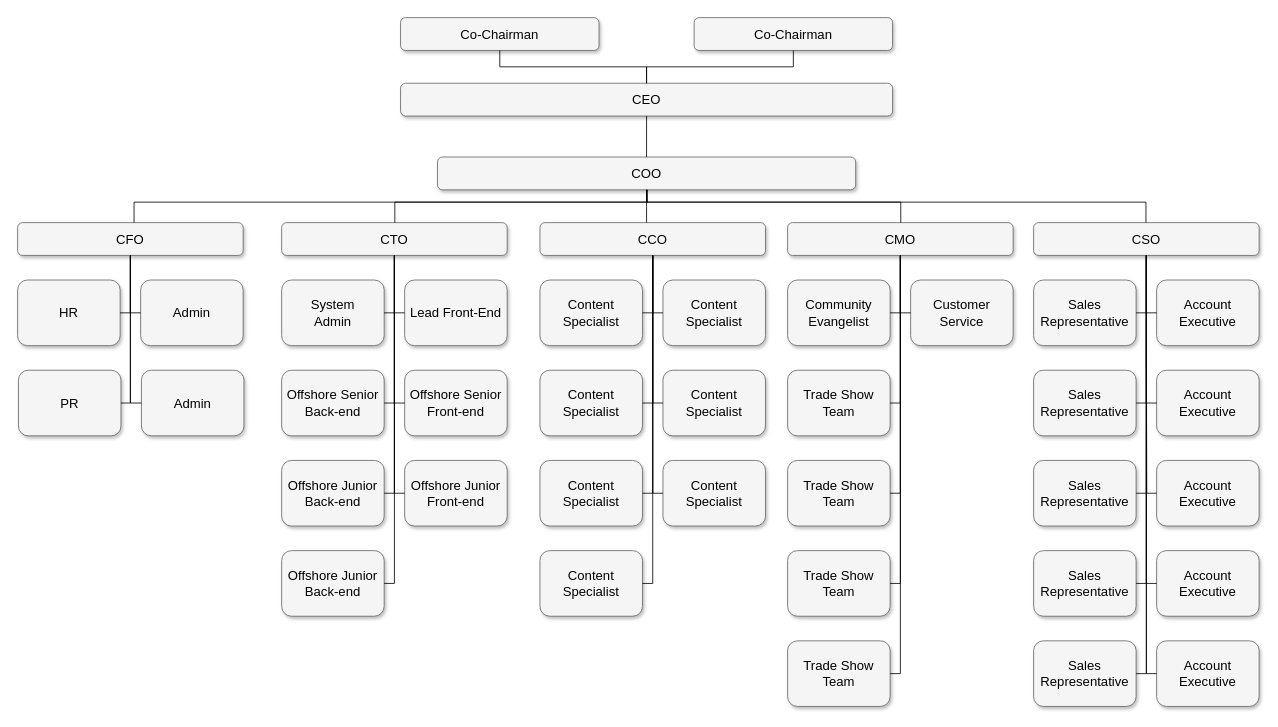
Earlier version of the draw.io diagram Untitled Diagram.drawio (SupinZan/FirstStore). Source tidied: cells renumbered, new cells numbered last; positions are measured from the earlier drawing's top-left corner, leaving out a move shared by most shapes. Both pictures are drawn from the tidied source at 82%, with x=0, y=0 at pixel (17, 17).
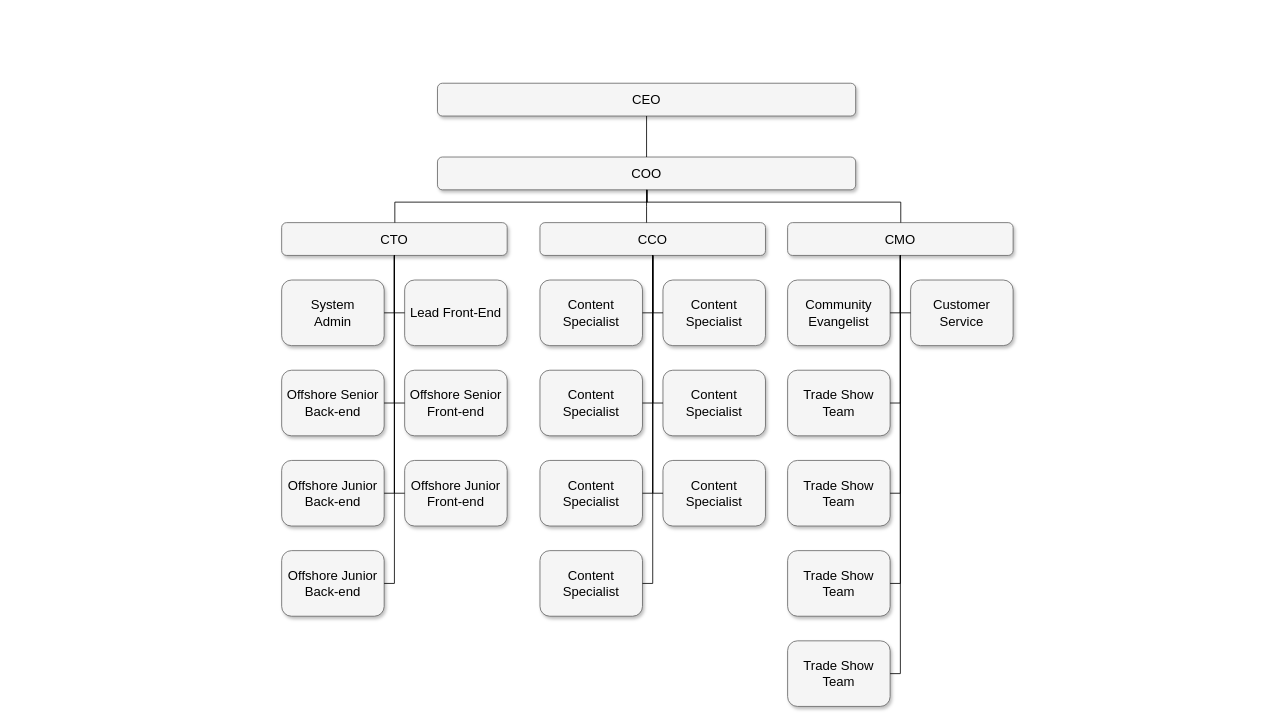
The same page after the edit.

The change refers to these unchanged cells:
```xml
<mxCell id="4" value="COO" style="whiteSpace=wrap;html=1;rounded=1;shadow=1;strokeWidth=1;fontSize=16;align=center;fillColor=#f5f5f5;strokeColor=#666666;" parent="1" vertex="1">
  <mxGeometry x="512" y="170" width="510" height="40" as="geometry" />
</mxCell>
```

What changed in the source:
```diff
@@
-    <mxCell id="2" value="Co-Chairman" style="whiteSpace=wrap;html=1;rounded=1;shadow=1;strokeWidth=1;fontSize=16;align=center;fillColor=#f5f5f5;strokeColor=#666666;" parent="1" vertex="1">
-      <mxGeometry x="825" width="242" height="40" as="geometry" />
-    </mxCell>
     <mxCell id="3" value="CEO" style="whiteSpace=wrap;html=1;rounded=1;shadow=1;strokeWidth=1;fontSize=16;align=center;fillColor=#f5f5f5;strokeColor=#666666;" parent="1" vertex="1">
-      <mxGeometry x="467" y="80" width="600" height="40" as="geometry" />
+      <mxGeometry x="512" y="80" width="510" height="40" as="geometry" />
     </mxCell>
@@
-    <mxCell id="7" value="CFO" style="whiteSpace=wrap;html=1;rounded=1;shadow=1;strokeWidth=1;fontSize=16;align=center;fillColor=#f5f5f5;strokeColor=#666666;" parent="1" vertex="1">
-      <mxGeometry y="250" width="275" height="40" as="geometry" />
-    </mxCell>
@@
-    <mxCell id="9" value="CSO" style="whiteSpace=wrap;html=1;rounded=1;shadow=1;strokeWidth=1;fontSize=16;align=center;fillColor=#f5f5f5;strokeColor=#666666;" parent="1" vertex="1">
-      <mxGeometry x="1239" y="250" width="275" height="40" as="geometry" />
-    </mxCell>
@@
-    <mxCell id="14" value="HR" style="whiteSpace=wrap;html=1;rounded=1;shadow=1;strokeWidth=1;fontSize=16;align=center;fillColor=#f5f5f5;strokeColor=#666666;" parent="1" vertex="1">
-      <mxGeometry y="320" width="125" height="80" as="geometry" />
-    </mxCell>
-    <mxCell id="15" value="Admin" style="whiteSpace=wrap;html=1;rounded=1;shadow=1;strokeWidth=1;fontSize=16;align=center;fillColor=#f5f5f5;strokeColor=#666666;" parent="1" vertex="1">
-      <mxGeometry x="150" y="320" width="125" height="80" as="geometry" />
-    </mxCell>
@@
-    <mxCell id="18" value="Sales Representative" style="whiteSpace=wrap;html=1;rounded=1;shadow=1;strokeWidth=1;fontSize=16;align=center;fillColor=#f5f5f5;strokeColor=#666666;" parent="1" vertex="1">
-      <mxGeometry x="1239" y="320" width="125" height="80" as="geometry" />
-    </mxCell>
-    <mxCell id="19" value="Account Executive" style="whiteSpace=wrap;html=1;rounded=1;shadow=1;strokeWidth=1;fontSize=16;align=center;fillColor=#f5f5f5;strokeColor=#666666;" parent="1" vertex="1">
-      <mxGeometry x="1389" y="320" width="125" height="80" as="geometry" />
-    </mxCell>
@@
-    <mxCell id="25" value="&lt;span&gt;Sales Representative&lt;/span&gt;" style="whiteSpace=wrap;html=1;rounded=1;shadow=1;strokeWidth=1;fontSize=16;align=center;fillColor=#f5f5f5;strokeColor=#666666;" parent="1" vertex="1">
-      <mxGeometry x="1239" y="430" width="125" height="80" as="geometry" />
-    </mxCell>
-    <mxCell id="26" value="&lt;span&gt;Account Executive&lt;/span&gt;" style="whiteSpace=wrap;html=1;rounded=1;shadow=1;strokeWidth=1;fontSize=16;align=center;fillColor=#f5f5f5;strokeColor=#666666;" parent="1" vertex="1">
-      <mxGeometry x="1389" y="430" width="125" height="80" as="geometry" />
-    </mxCell>
@@
-    <mxCell id="30" value="&lt;span&gt;Sales Representative&lt;/span&gt;" style="whiteSpace=wrap;html=1;rounded=1;shadow=1;strokeWidth=1;fontSize=16;align=center;fillColor=#f5f5f5;strokeColor=#666666;" parent="1" vertex="1">
-      <mxGeometry x="1239" y="540" width="125" height="80" as="geometry" />
-    </mxCell>
-    <mxCell id="31" value="&lt;span&gt;Account Executive&lt;/span&gt;" style="whiteSpace=wrap;html=1;rounded=1;shadow=1;strokeWidth=1;fontSize=16;align=center;fillColor=#f5f5f5;strokeColor=#666666;" parent="1" vertex="1">
-      <mxGeometry x="1389" y="540" width="125" height="80" as="geometry" />
-    </mxCell>
@@
-    <mxCell id="34" value="&lt;span&gt;Sales Representative&lt;/span&gt;" style="whiteSpace=wrap;html=1;rounded=1;shadow=1;strokeWidth=1;fontSize=16;align=center;fillColor=#f5f5f5;strokeColor=#666666;" parent="1" vertex="1">
-      <mxGeometry x="1239" y="650" width="125" height="80" as="geometry" />
-    </mxCell>
-    <mxCell id="35" value="&lt;span&gt;Account Executive&lt;/span&gt;" style="whiteSpace=wrap;html=1;rounded=1;shadow=1;strokeWidth=1;fontSize=16;align=center;fillColor=#f5f5f5;strokeColor=#666666;" parent="1" vertex="1">
-      <mxGeometry x="1389" y="650" width="125" height="80" as="geometry" />
-    </mxCell>
-    <mxCell id="36" value="&lt;span&gt;Sales Representative&lt;/span&gt;" style="whiteSpace=wrap;html=1;rounded=1;shadow=1;strokeWidth=1;fontSize=16;align=center;fillColor=#f5f5f5;strokeColor=#666666;" parent="1" vertex="1">
-      <mxGeometry x="1239" y="760" width="125" height="80" as="geometry" />
-    </mxCell>
-    <mxCell id="37" value="&lt;span&gt;Account Executive&lt;/span&gt;" style="whiteSpace=wrap;html=1;rounded=1;shadow=1;strokeWidth=1;fontSize=16;align=center;fillColor=#f5f5f5;strokeColor=#666666;" parent="1" vertex="1">
-      <mxGeometry x="1389" y="760" width="125" height="80" as="geometry" />
-    </mxCell>
-    <mxCell id="38" value="PR" style="whiteSpace=wrap;html=1;rounded=1;shadow=1;strokeWidth=1;fontSize=16;align=center;fillColor=#f5f5f5;strokeColor=#666666;" parent="1" vertex="1">
-      <mxGeometry x="1" y="430" width="125" height="80" as="geometry" />
-    </mxCell>
-    <mxCell id="39" value="Admin" style="whiteSpace=wrap;html=1;rounded=1;shadow=1;strokeWidth=1;fontSize=16;align=center;fillColor=#f5f5f5;strokeColor=#666666;" parent="1" vertex="1">
-      <mxGeometry x="151" y="430" width="125" height="80" as="geometry" />
-    </mxCell>
-    <mxCell id="40" value="Co-Chairman" style="whiteSpace=wrap;html=1;rounded=1;shadow=1;strokeWidth=1;fontSize=16;align=center;fillColor=#f5f5f5;strokeColor=#666666;" parent="1" vertex="1">
-      <mxGeometry x="467" width="242" height="40" as="geometry" />
-    </mxCell>
@@
-    <mxCell id="45" style="edgeStyle=orthogonalEdgeStyle;html=1;startSize=6;endFill=0;endSize=6;strokeWidth=1;fontSize=16;rounded=0;endArrow=none;" parent="1" edge="1" source="40" target="3">
-      <mxGeometry relative="1" as="geometry" />
-    </mxCell>
-    <mxCell id="46" style="edgeStyle=orthogonalEdgeStyle;html=1;startSize=6;endFill=0;endSize=6;strokeWidth=1;fontSize=16;rounded=0;endArrow=none;" parent="1" edge="1" source="2" target="3">
-      <mxGeometry relative="1" as="geometry" />
-    </mxCell>
@@
-    <mxCell id="50" style="edgeStyle=orthogonalEdgeStyle;html=1;startSize=6;endFill=0;endSize=6;strokeWidth=1;fontSize=16;rounded=0;endArrow=none;exitX=0.5;exitY=1;" parent="1" edge="1" source="4" target="7">
-      <mxGeometry relative="1" as="geometry">
-        <Array as="points">
-          <mxPoint x="767" y="225" />
-          <mxPoint x="142" y="225" />
-        </Array>
-      </mxGeometry>
-    </mxCell>
@@
-    <mxCell id="52" style="edgeStyle=orthogonalEdgeStyle;html=1;startSize=6;endFill=0;endSize=6;strokeWidth=1;fontSize=16;rounded=0;endArrow=none;" parent="1" edge="1" source="4" target="9">
-      <mxGeometry relative="1" as="geometry">
-        <Array as="points">
-          <mxPoint x="767" y="225" />
-          <mxPoint x="1376" y="225" />
-        </Array>
-      </mxGeometry>
-    </mxCell>
@@
-    <mxCell id="67" style="edgeStyle=orthogonalEdgeStyle;html=1;startSize=6;endFill=0;endSize=6;strokeWidth=1;fontSize=16;rounded=0;endArrow=none;entryX=1;entryY=0.5;" parent="1" edge="1" source="7" target="14">
-      <mxGeometry relative="1" as="geometry">
-        <Array as="points">
-          <mxPoint x="137" y="360" />
-        </Array>
-      </mxGeometry>
-    </mxCell>
-    <mxCell id="68" style="edgeStyle=orthogonalEdgeStyle;html=1;startSize=6;endFill=0;endSize=6;strokeWidth=1;fontSize=16;rounded=0;endArrow=none;entryX=1;entryY=0.5;" parent="1" edge="1" source="7" target="38">
-      <mxGeometry relative="1" as="geometry">
-        <Array as="points">
-          <mxPoint x="137" y="470" />
-        </Array>
-      </mxGeometry>
-    </mxCell>
-    <mxCell id="69" style="edgeStyle=orthogonalEdgeStyle;html=1;startSize=6;endFill=0;endSize=6;strokeWidth=1;fontSize=16;rounded=0;endArrow=none;entryX=0;entryY=0.5;" parent="1" edge="1" source="7" target="15">
-      <mxGeometry relative="1" as="geometry">
-        <Array as="points">
-          <mxPoint x="137" y="360" />
-        </Array>
-      </mxGeometry>
-    </mxCell>
-    <mxCell id="70" style="edgeStyle=orthogonalEdgeStyle;html=1;startSize=6;endFill=0;endSize=6;strokeWidth=1;fontSize=16;rounded=0;endArrow=none;entryX=0;entryY=0.5;" parent="1" edge="1" source="7" target="39">
-      <mxGeometry relative="1" as="geometry">
-        <Array as="points">
-          <mxPoint x="137" y="470" />
-        </Array>
-      </mxGeometry>
-    </mxCell>
@@
-    <mxCell id="77" style="edgeStyle=orthogonalEdgeStyle;html=1;startSize=6;endFill=0;endSize=6;strokeWidth=1;fontSize=16;rounded=0;endArrow=none;entryX=1;entryY=0.5;" parent="1" edge="1" source="9" target="18">
-      <mxGeometry relative="1" as="geometry">
-        <Array as="points">
-          <mxPoint x="1377" y="360" />
-        </Array>
-      </mxGeometry>
-    </mxCell>
-    <mxCell id="78" style="edgeStyle=orthogonalEdgeStyle;html=1;startSize=6;endFill=0;endSize=6;strokeWidth=1;fontSize=16;rounded=0;endArrow=none;entryX=1;entryY=0.5;" parent="1" edge="1" source="9" target="25">
-      <mxGeometry relative="1" as="geometry">
-        <Array as="points">
-          <mxPoint x="1377" y="470" />
-        </Array>
-      </mxGeometry>
-    </mxCell>
-    <mxCell id="79" style="edgeStyle=orthogonalEdgeStyle;html=1;startSize=6;endFill=0;endSize=6;strokeWidth=1;fontSize=16;rounded=0;endArrow=none;entryX=1;entryY=0.5;" parent="1" edge="1" source="9" target="30">
-      <mxGeometry relative="1" as="geometry">
-        <Array as="points">
-          <mxPoint x="1377" y="415" />
-          <mxPoint x="1377" y="580" />
-        </Array>
-      </mxGeometry>
-    </mxCell>
-    <mxCell id="80" style="edgeStyle=orthogonalEdgeStyle;html=1;startSize=6;endFill=0;endSize=6;strokeWidth=1;fontSize=16;rounded=0;endArrow=none;entryX=1;entryY=0.5;" parent="1" edge="1" source="9" target="34">
-      <mxGeometry relative="1" as="geometry">
-        <Array as="points">
-          <mxPoint x="1377" y="690" />
-        </Array>
-      </mxGeometry>
-    </mxCell>
-    <mxCell id="81" style="edgeStyle=orthogonalEdgeStyle;html=1;startSize=6;endFill=0;endSize=6;strokeWidth=1;fontSize=16;rounded=0;endArrow=none;entryX=1;entryY=0.5;" parent="1" edge="1" source="9" target="36">
-      <mxGeometry relative="1" as="geometry">
-        <Array as="points">
-          <mxPoint x="1377" y="800" />
-        </Array>
-      </mxGeometry>
-    </mxCell>
-    <mxCell id="82" style="edgeStyle=orthogonalEdgeStyle;html=1;startSize=6;endFill=0;endSize=6;strokeWidth=1;fontSize=16;rounded=0;endArrow=none;entryX=0;entryY=0.5;" parent="1" edge="1" source="9" target="19">
-      <mxGeometry relative="1" as="geometry">
-        <Array as="points">
-          <mxPoint x="1377" y="360" />
-        </Array>
-      </mxGeometry>
-    </mxCell>
-    <mxCell id="83" style="edgeStyle=orthogonalEdgeStyle;html=1;startSize=6;endFill=0;endSize=6;strokeWidth=1;fontSize=16;rounded=0;endArrow=none;entryX=0;entryY=0.5;" parent="1" edge="1" source="9" target="26">
-      <mxGeometry relative="1" as="geometry">
-        <Array as="points">
-          <mxPoint x="1377" y="470" />
-        </Array>
-      </mxGeometry>
-    </mxCell>
-    <mxCell id="84" style="edgeStyle=orthogonalEdgeStyle;html=1;startSize=6;endFill=0;endSize=6;strokeWidth=1;fontSize=16;rounded=0;endArrow=none;entryX=0;entryY=0.5;" parent="1" edge="1" source="9" target="31">
-      <mxGeometry relative="1" as="geometry">
-        <Array as="points">
-          <mxPoint x="1377" y="580" />
-        </Array>
-      </mxGeometry>
-    </mxCell>
-    <mxCell id="85" style="edgeStyle=orthogonalEdgeStyle;html=1;startSize=6;endFill=0;endSize=6;strokeWidth=1;fontSize=16;rounded=0;endArrow=none;entryX=0;entryY=0.5;" parent="1" edge="1" source="9" target="35">
-      <mxGeometry relative="1" as="geometry">
-        <Array as="points">
-          <mxPoint x="1377" y="690" />
-        </Array>
-      </mxGeometry>
-    </mxCell>
-    <mxCell id="86" style="edgeStyle=orthogonalEdgeStyle;html=1;startSize=6;endFill=0;endSize=6;strokeWidth=1;fontSize=16;rounded=0;endArrow=none;entryX=0;entryY=0.5;" parent="1" edge="1" source="9" target="37">
-      <mxGeometry relative="1" as="geometry">
-        <Array as="points">
-          <mxPoint x="1377" y="800" />
-        </Array>
-      </mxGeometry>
-    </mxCell>
```
